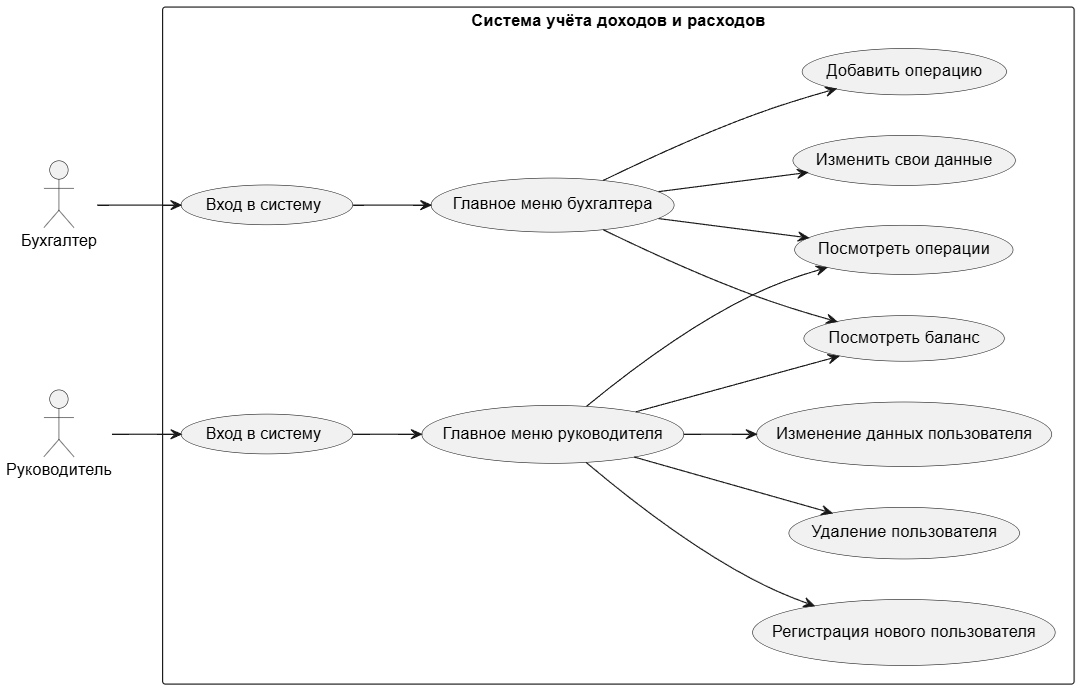
mauk169/project1 keeps this PlantUML diagram as docs/diagrams/diagram.png. Above is the earlier version. Its source is kept beside it as docs/diagrams/diagram.puml.
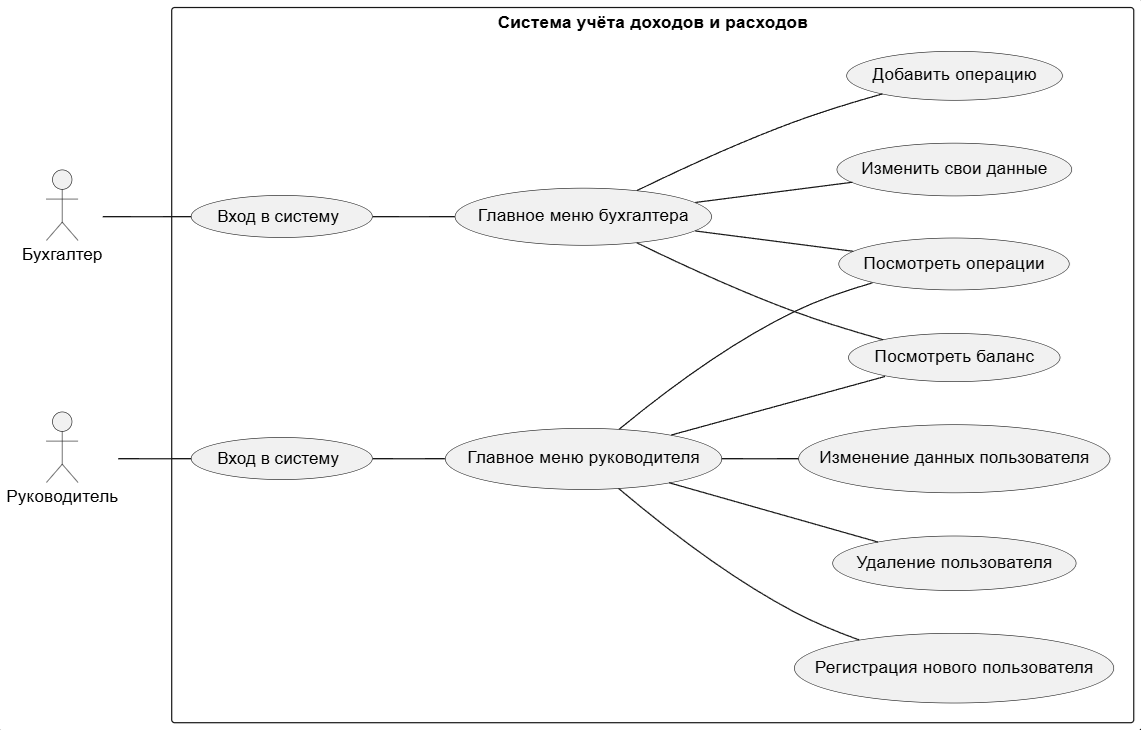
After the commit.

Commit message:
Исправлена диаграмма

Diff of the diagram source:
```diff
@@ -23,21 +23,21 @@
   usecase "Удаление пользователя" as UC_DelUser
   usecase "Изменение данных пользователя" as UC_EditUser
 
-  Accountant --> UC_Login_Acc
-  UC_Login_Acc --> UC_Menu_Acc
+  Accountant -- UC_Login_Acc
+  UC_Login_Acc -- UC_Menu_Acc
 
-  UC_Menu_Acc --> UC_AddOp
-  UC_Menu_Acc --> UC_EditSelf
-  UC_Menu_Acc --> UC_ViewOps
-  UC_Menu_Acc --> UC_ViewBalance
+  UC_Menu_Acc -- UC_AddOp
+  UC_Menu_Acc -- UC_EditSelf
+  UC_Menu_Acc -- UC_ViewOps
+  UC_Menu_Acc -- UC_ViewBalance
 
-  Admin --> UC_Login_Admin
-  UC_Login_Admin --> UC_Menu_Admin
+  Admin -- UC_Login_Admin
+  UC_Login_Admin -- UC_Menu_Admin
 
-  UC_Menu_Admin --> UC_RegUser
-  UC_Menu_Admin --> UC_DelUser
-  UC_Menu_Admin --> UC_EditUser
-  UC_Menu_Admin --> UC_ViewOps
-  UC_Menu_Admin --> UC_ViewBalance
+  UC_Menu_Admin -- UC_RegUser
+  UC_Menu_Admin -- UC_DelUser
+  UC_Menu_Admin -- UC_EditUser
+  UC_Menu_Admin -- UC_ViewOps
+  UC_Menu_Admin -- UC_ViewBalance
 }
 @enduml
```
